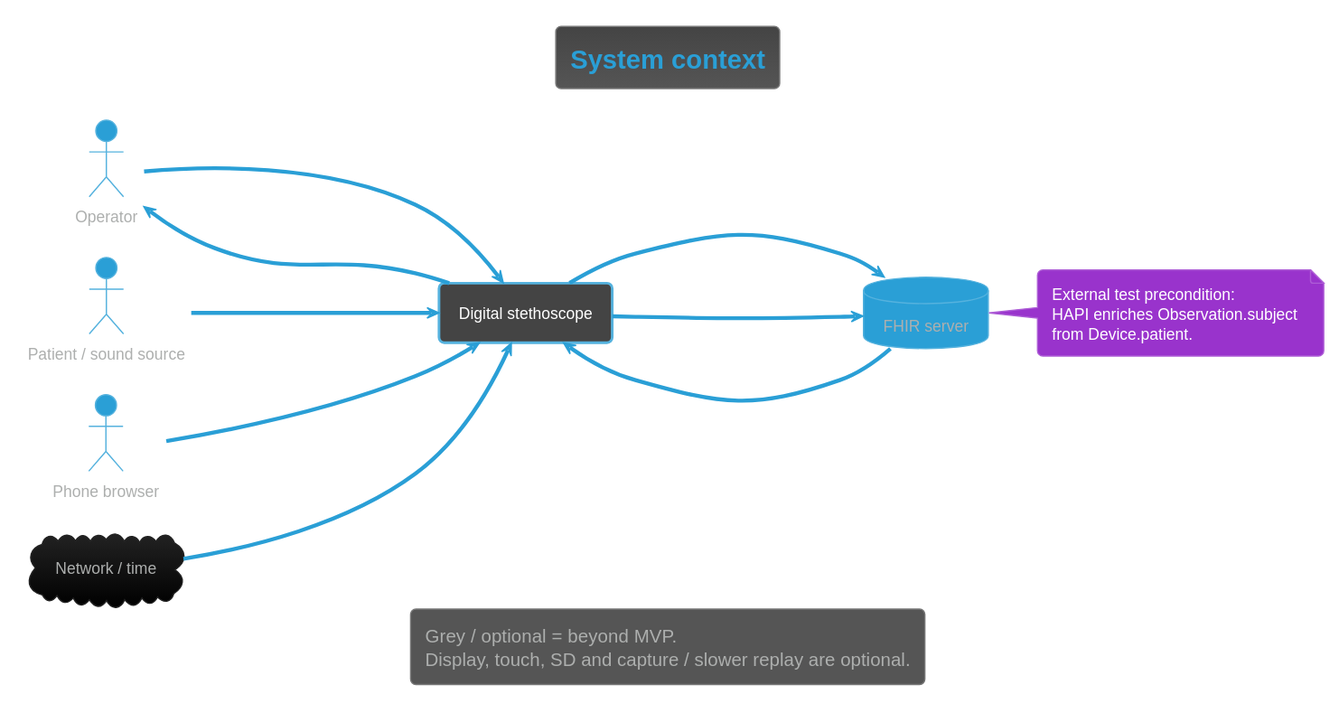
DemonicPsychoII/DigitalStethoscope keeps this PlantUML diagram as Development/system/architecture/system/rendered/system_context.svg. Above is the earlier version.
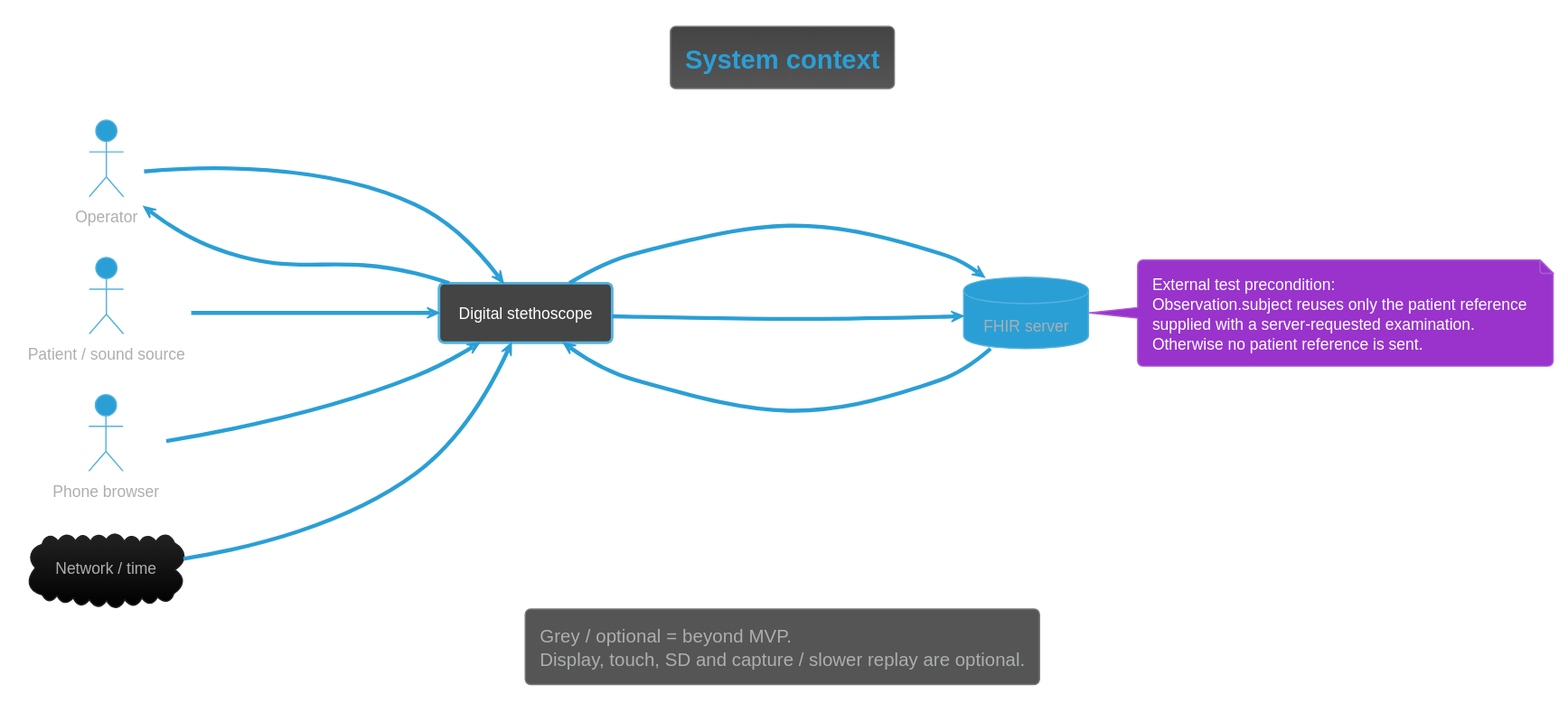
The same file after the commit.

Commit message:
documentation: regenerate the corrected architecture views

Committed by GPT-6.1-Sol on behalf of Nico running in codex.

The edit, as a diff of the source:
```diff
@@ -25,7 +25,7 @@
 source --> device : sound
 operator --> device : controls
 device --> operator : audio / optional display
-device --> fhir : BPM Observation (Device;\nno patient from device)\nWi-Fi / HTTPS
+device --> fhir : BPM Observation (Device;\npatient only from requested examination)\nWi-Fi / HTTPS
 fhir --> device : status (receipt)
 net --> device : connectivity / time
 phone --> device : Wi-Fi network + password\nhotspot page (Idle only)
@@ -36,7 +36,8 @@
 endlegend
 note right of fhir
 External test precondition:
-HAPI enriches Observation.subject
-from Device.patient.
+Observation.subject reuses only the patient reference
+supplied with a server-requested examination.
+Otherwise no patient reference is sent.
 end note
 @enduml
```
